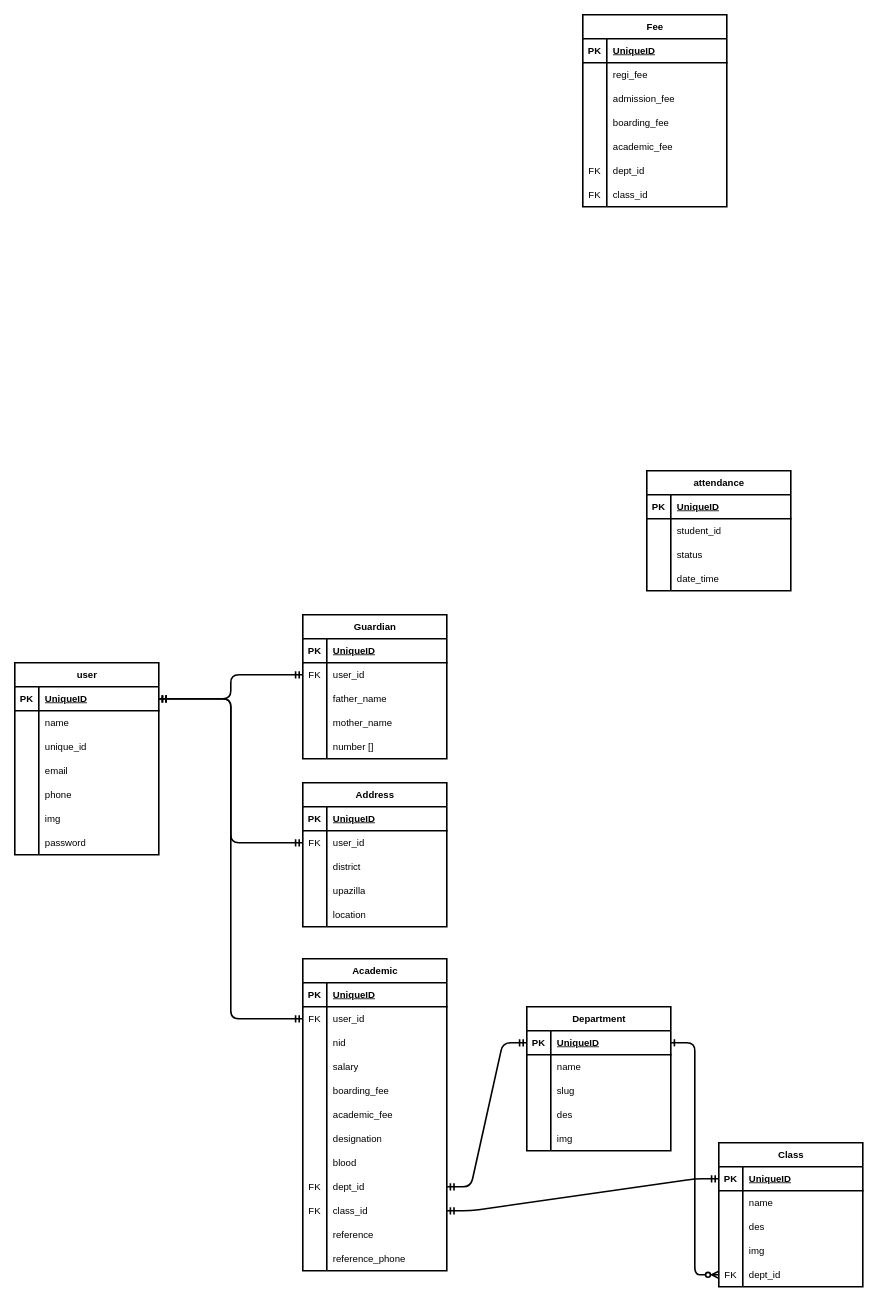
This is Untitled Diagram.drawio from MehediHasanMridha/madrasha_management, a draw.io file, before an edit. Source tidied: cells renumbered, new cells numbered last; positions are measured from the earlier drawing's top-left corner, leaving out a move shared by most shapes. Both pictures are drawn from the tidied source at 80%, with x=0, y=0 at pixel (14, 14).
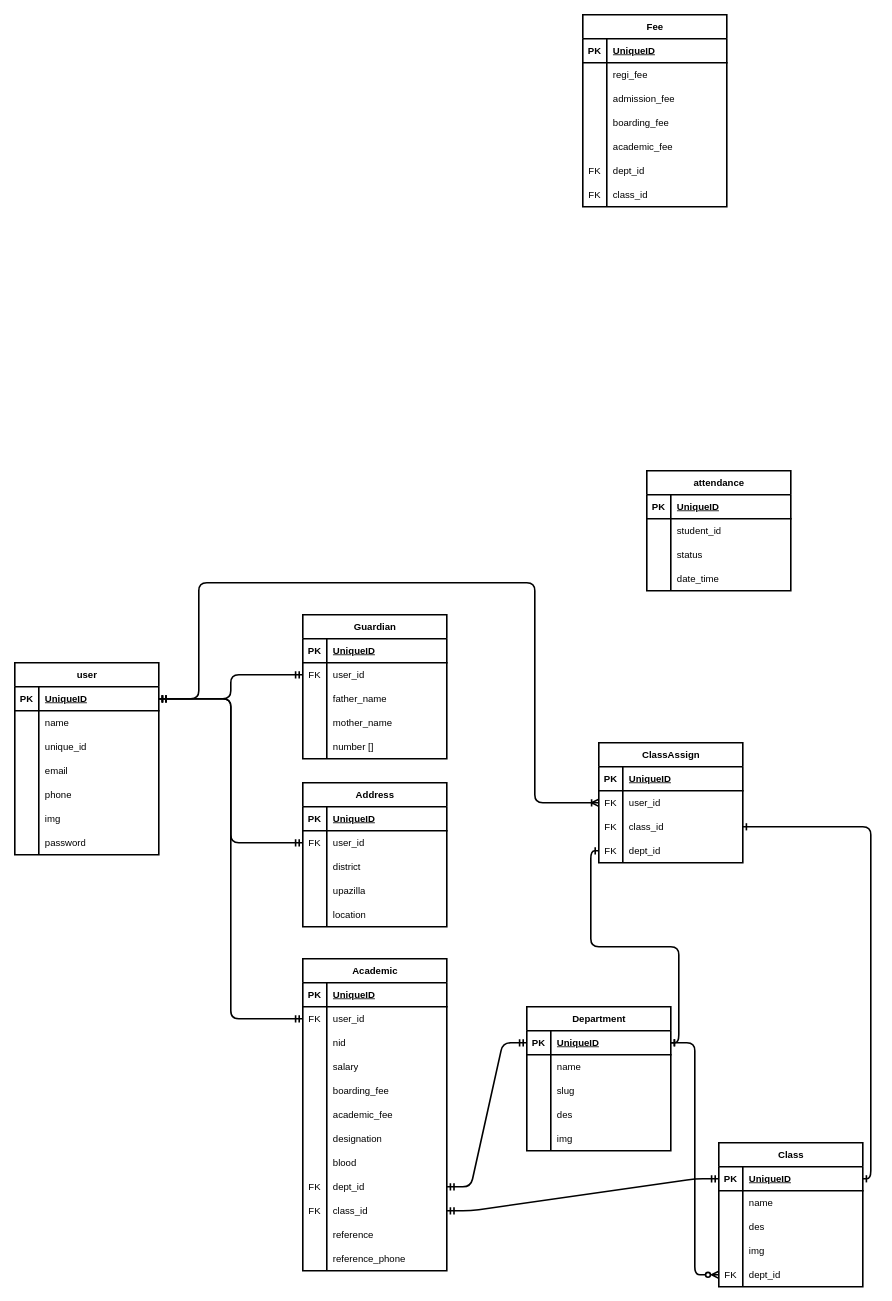
The same page after the edit.

Commit message (it also covers changes not shown here):
setup teacher assign to class wise

The change refers to these unchanged cells:
```xml
<mxCell id="3" style="shape=tableRow;horizontal=0;startSize=0;swimlaneHead=0;swimlaneBody=0;fillColor=none;points=[[0,0.5],[1,0.5]];portConstraint=eastwest;top=0;left=0;right=0;bottom=1;strokeColor=light-dark(#000000,#000000);fontColor=light-dark(#000000,#000000);strokeWidth=2;" parent="2" vertex="1">
  <mxGeometry y="30" width="180" height="30" as="geometry" />
</mxCell>
<mxCell id="19" style="shape=tableRow;horizontal=0;startSize=0;swimlaneHead=0;swimlaneBody=0;fillColor=none;points=[[0,0.5],[1,0.5]];portConstraint=eastwest;top=0;left=0;right=0;bottom=1;strokeColor=light-dark(#000000,#000000);fontColor=light-dark(#000000,#000000);strokeWidth=2;" parent="18" vertex="1">
  <mxGeometry y="30" width="180" height="30" as="geometry" />
</mxCell>
<mxCell id="142" style="shape=tableRow;horizontal=0;startSize=0;swimlaneHead=0;swimlaneBody=0;fillColor=none;points=[[0,0.5],[1,0.5]];portConstraint=eastwest;top=0;left=0;right=0;bottom=1;strokeColor=light-dark(#000000,#000000);fontColor=light-dark(#000000,#000000);strokeWidth=2;" parent="141" vertex="1">
  <mxGeometry y="30" width="180" height="30" as="geometry" />
</mxCell>
```

Diff of the diagram source:
```diff
@@
+    <mxCell id="168" value="ClassAssign" style="shape=table;startSize=30;childLayout=tableLayout;rowLines=0;fontStyle=1;align=center;html=1;strokeColor=light-dark(#000000,#000000);fillColor=none;fontColor=light-dark(#000000,#000000);strokeWidth=2;" parent="1" vertex="1">
+      <mxGeometry x="730" y="910" width="180" height="150" as="geometry" />
+    </mxCell>
+    <mxCell id="169" style="shape=tableRow;horizontal=0;startSize=0;swimlaneHead=0;swimlaneBody=0;fillColor=none;top=0;left=0;right=0;bottom=1;strokeColor=light-dark(#000000,#000000);fontColor=light-dark(#000000,#000000);strokeWidth=2;" parent="168" vertex="1">
+      <mxGeometry y="30" width="180" height="30" as="geometry" />
+    </mxCell>
+    <mxCell id="170" value="PK" style="shape=partialRectangle;fillColor=none;top=0;left=0;bottom=0;right=0;fontStyle=1;overflow=hidden;whiteSpace=wrap;html=1;strokeColor=light-dark(#000000,#000000);fontColor=light-dark(#000000,#000000);strokeWidth=2;" parent="169" vertex="1">
+      <mxGeometry width="30" height="30" as="geometry" />
+    </mxCell>
+    <mxCell id="171" value="UniqueID" style="shape=partialRectangle;fillColor=none;top=0;left=0;bottom=0;right=0;align=left;spacingLeft=6;fontStyle=5;overflow=hidden;whiteSpace=wrap;html=1;strokeColor=light-dark(#000000,#000000);fontColor=light-dark(#000000,#000000);strokeWidth=2;" parent="169" vertex="1">
+      <mxGeometry x="30" width="150" height="30" as="geometry" />
+    </mxCell>
+    <mxCell id="172" style="shape=tableRow;horizontal=0;startSize=0;swimlaneHead=0;swimlaneBody=0;fillColor=none;points=[[0,0.5],[1,0.5]];portConstraint=eastwest;top=0;left=0;right=0;bottom=0;strokeColor=light-dark(#000000,#000000);fontColor=light-dark(#000000,#000000);strokeWidth=2;" parent="168" vertex="1">
+      <mxGeometry y="60" width="180" height="30" as="geometry" />
+    </mxCell>
+    <mxCell id="173" value="FK" style="shape=partialRectangle;fillColor=none;top=0;left=0;bottom=0;right=0;overflow=hidden;whiteSpace=wrap;html=1;strokeColor=light-dark(#000000,#000000);fontColor=light-dark(#000000,#000000);strokeWidth=2;" parent="172" vertex="1">
+      <mxGeometry width="30" height="30" as="geometry" />
+    </mxCell>
+    <mxCell id="174" value="user_id" style="shape=partialRectangle;fillColor=none;top=0;left=0;bottom=0;right=0;align=left;spacingLeft=6;overflow=hidden;whiteSpace=wrap;html=1;strokeColor=light-dark(#000000,#000000);fontColor=light-dark(#000000,#000000);strokeWidth=2;" parent="172" vertex="1">
+      <mxGeometry x="30" width="150" height="30" as="geometry" />
+    </mxCell>
+    <mxCell id="175" style="shape=tableRow;horizontal=0;startSize=0;swimlaneHead=0;swimlaneBody=0;fillColor=none;points=[[0,0.5],[1,0.5]];portConstraint=eastwest;top=0;left=0;right=0;bottom=0;strokeColor=light-dark(#000000,#000000);fontColor=light-dark(#000000,#000000);strokeWidth=2;" parent="168" vertex="1">
+      <mxGeometry y="90" width="180" height="30" as="geometry" />
+    </mxCell>
+    <mxCell id="176" value="FK" style="shape=partialRectangle;fillColor=none;top=0;left=0;bottom=0;right=0;overflow=hidden;whiteSpace=wrap;html=1;strokeColor=light-dark(#000000,#000000);fontColor=light-dark(#000000,#000000);strokeWidth=2;" parent="175" vertex="1">
+      <mxGeometry width="30" height="30" as="geometry" />
+    </mxCell>
+    <mxCell id="177" value="class_id" style="shape=partialRectangle;fillColor=none;top=0;left=0;bottom=0;right=0;align=left;spacingLeft=6;overflow=hidden;whiteSpace=wrap;html=1;strokeColor=light-dark(#000000,#000000);fontColor=light-dark(#000000,#000000);strokeWidth=2;" parent="175" vertex="1">
+      <mxGeometry x="30" width="150" height="30" as="geometry" />
+    </mxCell>
+    <mxCell id="178" style="shape=tableRow;horizontal=0;startSize=0;swimlaneHead=0;swimlaneBody=0;fillColor=none;points=[[0,0.5],[1,0.5]];portConstraint=eastwest;top=0;left=0;right=0;bottom=0;strokeColor=light-dark(#000000,#000000);fontColor=light-dark(#000000,#000000);strokeWidth=2;" parent="168" vertex="1">
+      <mxGeometry y="120" width="180" height="30" as="geometry" />
+    </mxCell>
+    <mxCell id="179" value="FK" style="shape=partialRectangle;fillColor=none;top=0;left=0;bottom=0;right=0;overflow=hidden;whiteSpace=wrap;html=1;strokeColor=light-dark(#000000,#000000);fontColor=light-dark(#000000,#000000);strokeWidth=2;" parent="178" vertex="1">
+      <mxGeometry width="30" height="30" as="geometry" />
+    </mxCell>
+    <mxCell id="180" value="dept_id" style="shape=partialRectangle;fillColor=none;top=0;left=0;bottom=0;right=0;align=left;spacingLeft=6;overflow=hidden;whiteSpace=wrap;html=1;strokeColor=light-dark(#000000,#000000);fontColor=light-dark(#000000,#000000);strokeWidth=2;" parent="178" vertex="1">
+      <mxGeometry x="30" width="150" height="30" as="geometry" />
+    </mxCell>
+    <mxCell id="181" style="edgeStyle=orthogonalEdgeStyle;fontSize=12;html=1;endArrow=ERoneToMany;rounded=1;strokeColor=default;strokeWidth=2;align=center;verticalAlign=middle;fontFamily=Helvetica;fontColor=default;labelBackgroundColor=default;exitX=1;exitY=0.5;exitDx=0;exitDy=0;entryX=0;entryY=0.5;entryDx=0;entryDy=0;startArrow=ERone;startFill=0;elbow=vertical;" parent="1" edge="1" source="142" target="172">
+      <mxGeometry relative="1" as="geometry">
+        <Array as="points">
+          <mxPoint x="230" y="855" />
+          <mxPoint x="230" y="710" />
+          <mxPoint x="650" y="710" />
+          <mxPoint x="650" y="985" />
+        </Array>
+      </mxGeometry>
+    </mxCell>
+    <mxCell id="182" style="edgeStyle=orthogonalEdgeStyle;fontSize=12;html=1;endArrow=ERone;rounded=1;strokeColor=default;strokeWidth=2;align=center;verticalAlign=middle;fontFamily=Helvetica;fontColor=default;labelBackgroundColor=default;exitX=1;exitY=0.5;exitDx=0;exitDy=0;entryX=1;entryY=0.5;entryDx=0;entryDy=0;elbow=vertical;endFill=0;startArrow=ERone;startFill=0;" parent="1" edge="1" source="19" target="175">
+      <mxGeometry relative="1" as="geometry" />
+    </mxCell>
+    <mxCell id="183" style="edgeStyle=orthogonalEdgeStyle;fontSize=12;html=1;endArrow=ERone;rounded=1;strokeColor=default;strokeWidth=2;align=center;verticalAlign=middle;fontFamily=Helvetica;fontColor=default;labelBackgroundColor=default;exitX=1;exitY=0.5;exitDx=0;exitDy=0;elbow=vertical;endFill=0;startArrow=ERone;startFill=0;" parent="1" edge="1" source="3" target="178">
+      <mxGeometry relative="1" as="geometry" />
+    </mxCell>
```
